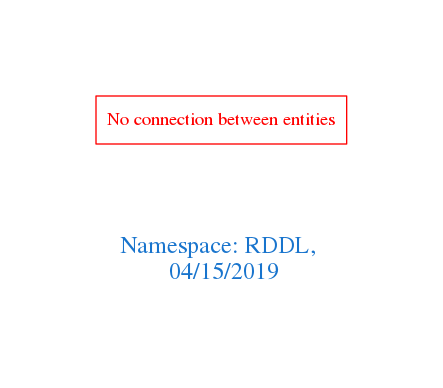
The Graphviz diagram downloads/RDDL.png in arago/OGIT, before a commit. Its source is kept beside it as downloads/RDDL.dot.
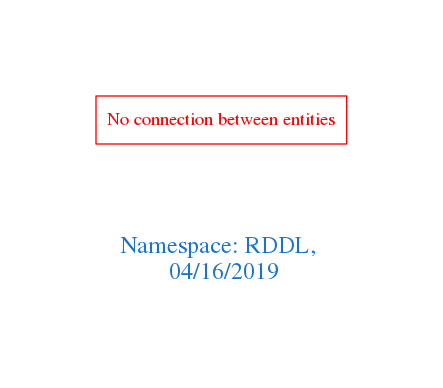
After the commit.

Change to the diagram source:
```diff
@@ -1,7 +1,7 @@
 digraph OGIT_ontology {
  graph [ rankdir= LR,pad=1
 fontsize = 18,
-fontcolor= dodgerblue3,label = "\n\n\nNamespace: RDDL, \n 04/15/2019"];
+fontcolor= dodgerblue3,label = "\n\n\nNamespace: RDDL, \n 04/16/2019"];
 node[shape=polygon];
 edge [  color="gray81"];
 
```
